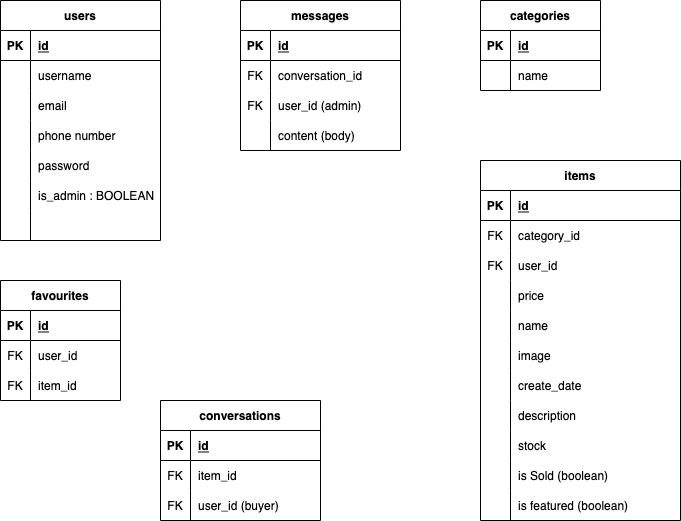
The draw.io diagram planning/midterm_ERD.png in bybang/noorExpress, before a commit. Source tidied: cells renumbered, new cells last; positions are measured from the earlier drawing's top-left corner, leaving out a move shared by most shapes.
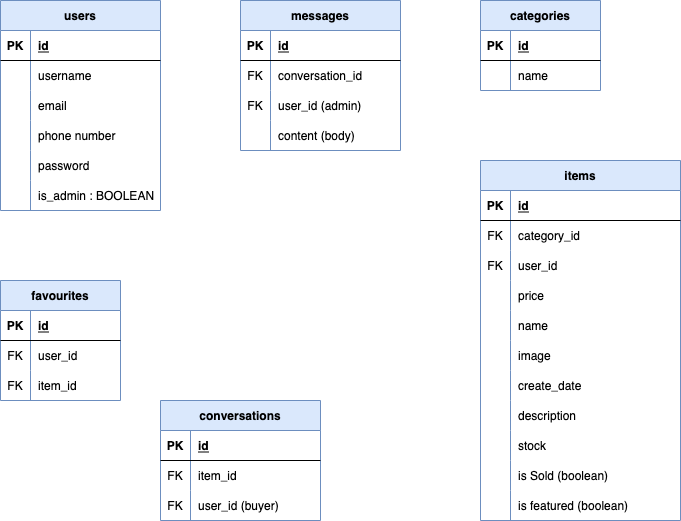
The same file after the commit.

Commit message:
minor changes for ERD file(background)

The edit, as a diff of the source:
```diff
@@ -1,9 +1,9 @@
-<mxGraphModel>
+<mxGraphModel background="#FFFFFF">
   <root>
     <mxCell id="0" />
     <mxCell id="1" parent="0" />
-    <mxCell id="2" value="users" style="shape=table;startSize=30;rowLines=0;fontStyle=1;align=center;" parent="1" vertex="1">
-      <mxGeometry width="160" height="240" as="geometry" />
+    <mxCell id="2" value="users" style="shape=table;startSize=30;rowLines=0;fontStyle=1;align=center;fillColor=#dae8fc;strokeColor=#6c8ebf;" parent="1" vertex="1">
+      <mxGeometry width="160" height="210" as="geometry" />
     </mxCell>
     <mxCell id="3" style="shape=partialRectangle;fillColor=none;top=0;left=0;bottom=1;right=0;" parent="2" vertex="1">
       <mxGeometry y="30" width="160" height="30" as="geometry" />
@@ -59,16 +59,7 @@
     <mxCell id="20" value="is_admin : BOOLEAN" style="shape=partialRectangle;fillColor=none;top=0;left=0;bottom=0;right=0;align=left;spacingLeft=6;overflow=hidden;" parent="18" vertex="1">
       <mxGeometry x="30" width="130" height="30" as="geometry" />
     </mxCell>
-    <mxCell id="21" style="shape=partialRectangle;fillColor=none;top=0;left=0;bottom=0;right=0;" parent="2" vertex="1">
-      <mxGeometry y="210" width="160" height="30" as="geometry" />
-    </mxCell>
-    <mxCell id="22" style="shape=partialRectangle;fillColor=none;top=0;left=0;bottom=0;right=0;overflow=hidden;" parent="21" vertex="1">
-      <mxGeometry width="30" height="30" as="geometry" />
-    </mxCell>
-    <mxCell id="23" style="shape=partialRectangle;fillColor=none;top=0;left=0;bottom=0;right=0;align=left;spacingLeft=6;overflow=hidden;" parent="21" vertex="1">
-      <mxGeometry x="30" width="130" height="30" as="geometry" />
-    </mxCell>
-    <mxCell id="24" value="items" style="shape=table;startSize=30;rowLines=0;fontStyle=1;align=center;" parent="1" vertex="1">
+    <mxCell id="24" value="items" style="shape=table;startSize=30;rowLines=0;fontStyle=1;align=center;fillColor=#dae8fc;strokeColor=#6c8ebf;" parent="1" vertex="1">
       <mxGeometry x="480" y="160" width="200" height="360" as="geometry" />
     </mxCell>
     <mxCell id="25" style="shape=partialRectangle;fillColor=none;top=0;left=0;bottom=1;right=0;" parent="24" vertex="1">
@@ -170,7 +161,7 @@
     <mxCell id="57" value="is featured (boolean)" style="shape=partialRectangle;fillColor=none;top=0;left=0;bottom=0;right=0;align=left;spacingLeft=6;overflow=hidden;" parent="55" vertex="1">
       <mxGeometry x="30" width="170" height="30" as="geometry" />
     </mxCell>
-    <mxCell id="58" value="categories" style="shape=table;startSize=30;rowLines=0;fontStyle=1;align=center;" parent="1" vertex="1">
+    <mxCell id="58" value="categories" style="shape=table;startSize=30;rowLines=0;fontStyle=1;align=center;fillColor=#dae8fc;strokeColor=#6c8ebf;" parent="1" vertex="1">
       <mxGeometry x="480" width="120" height="90" as="geometry" />
     </mxCell>
     <mxCell id="59" style="shape=partialRectangle;fillColor=none;top=0;left=0;bottom=1;right=0;" parent="58" vertex="1">
@@ -191,7 +182,7 @@
     <mxCell id="64" value="name" style="shape=partialRectangle;fillColor=none;top=0;left=0;bottom=0;right=0;align=left;spacingLeft=6;overflow=hidden;" parent="62" vertex="1">
       <mxGeometry x="30" width="90" height="30" as="geometry" />
     </mxCell>
-    <mxCell id="65" value="conversations" style="shape=table;startSize=30;rowLines=0;fontStyle=1;align=center;" parent="1" vertex="1">
+    <mxCell id="65" value="conversations" style="shape=table;startSize=30;rowLines=0;fontStyle=1;align=center;fillColor=#dae8fc;strokeColor=#6c8ebf;" parent="1" vertex="1">
       <mxGeometry x="160" y="400" width="160" height="120" as="geometry" />
     </mxCell>
     <mxCell id="66" style="shape=partialRectangle;fillColor=none;top=0;left=0;bottom=1;right=0;" parent="65" vertex="1">
@@ -221,7 +212,7 @@
     <mxCell id="74" value="user_id (buyer)" style="shape=partialRectangle;fillColor=none;top=0;left=0;bottom=0;right=0;align=left;spacingLeft=6;overflow=hidden;" parent="72" vertex="1">
       <mxGeometry x="30" width="130" height="30" as="geometry" />
     </mxCell>
-    <mxCell id="75" value="messages" style="shape=table;startSize=30;rowLines=0;fontStyle=1;align=center;" parent="1" vertex="1">
+    <mxCell id="75" value="messages" style="shape=table;startSize=30;rowLines=0;fontStyle=1;align=center;fillColor=#dae8fc;strokeColor=#6c8ebf;" parent="1" vertex="1">
       <mxGeometry x="240" width="160" height="150" as="geometry" />
     </mxCell>
     <mxCell id="76" style="shape=partialRectangle;fillColor=none;top=0;left=0;bottom=1;right=0;" parent="75" vertex="1">
@@ -260,7 +251,7 @@
     <mxCell id="87" value="content (body)" style="shape=partialRectangle;fillColor=none;top=0;left=0;bottom=0;right=0;align=left;spacingLeft=6;overflow=hidden;" parent="85" vertex="1">
       <mxGeometry x="30" width="130" height="30" as="geometry" />
     </mxCell>
-    <mxCell id="88" value="favourites" style="shape=table;startSize=30;rowLines=0;fontStyle=1;align=center;" parent="1" vertex="1">
+    <mxCell id="88" value="favourites" style="shape=table;startSize=30;rowLines=0;fontStyle=1;align=center;fillColor=#dae8fc;strokeColor=#6c8ebf;" parent="1" vertex="1">
       <mxGeometry y="280" width="120" height="120" as="geometry" />
     </mxCell>
     <mxCell id="89" style="shape=partialRectangle;fillColor=none;top=0;left=0;bottom=1;right=0;" parent="88" vertex="1">
```
